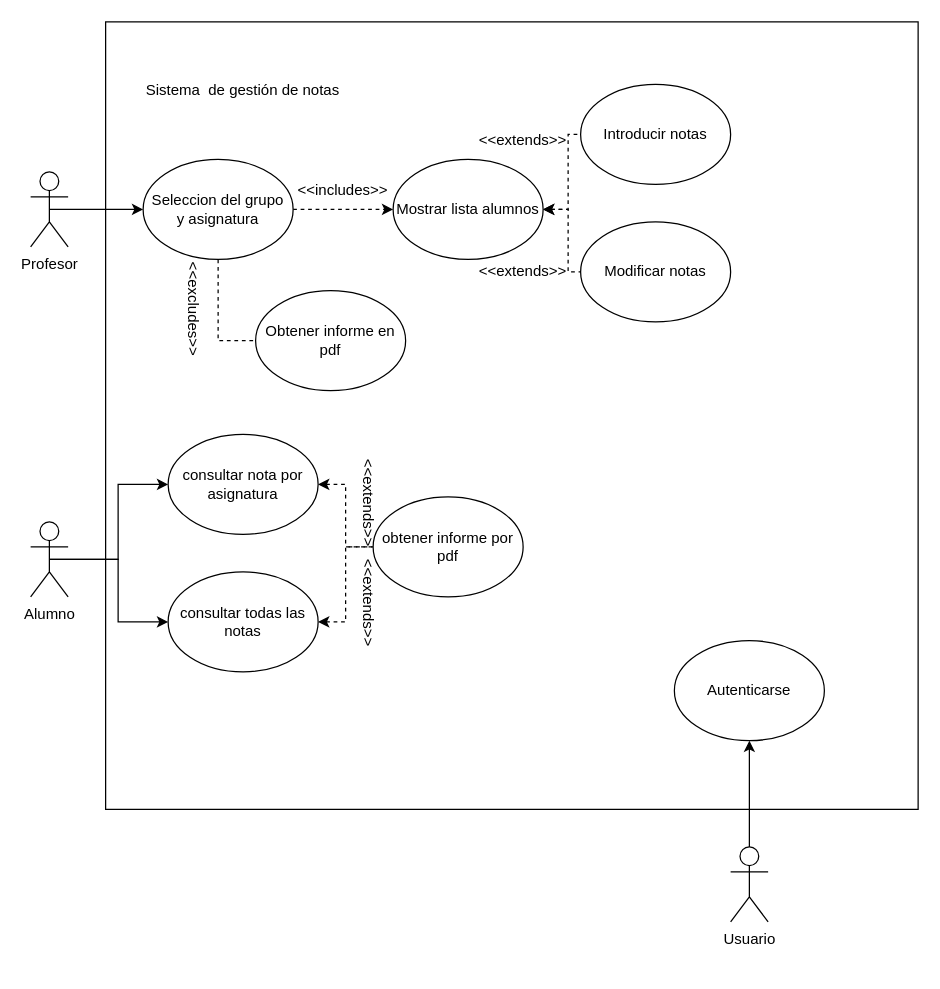
Above: Entornos/8/Ex2.drawio in enderwigim/DAW1 (draw.io), before the change. Source tidied: cells renumbered, new cells numbered last; positions are measured from the earlier drawing's top-left corner, leaving out a move shared by most shapes. Both pictures are drawn from the tidied source at 125%, with x=0, y=0 at pixel (30, 21).
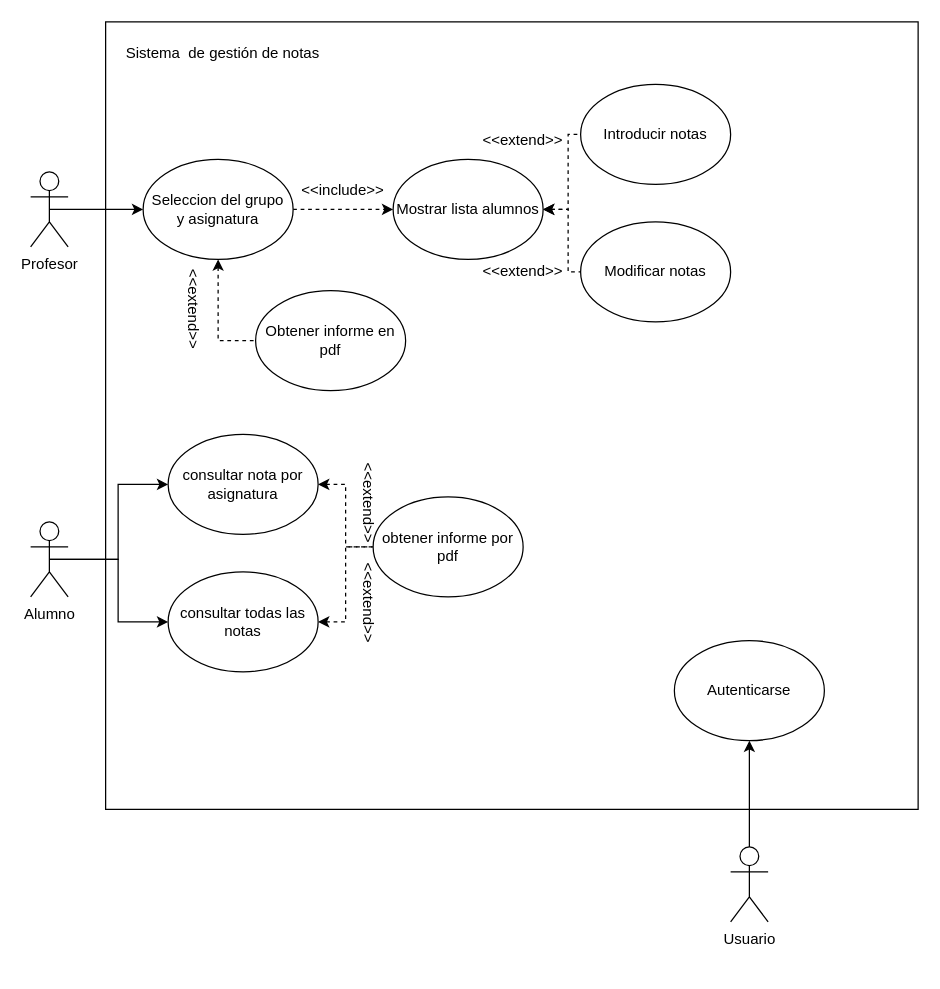
After the change.

Unchanged cells that the change refers to:
```xml
<mxCell id="8" value="Seleccion del grupo&lt;div&gt;y asignatura&lt;/div&gt;" style="ellipse;whiteSpace=wrap;html=1;" parent="1" vertex="1">
  <mxGeometry x="90" y="110" width="120" height="80" as="geometry" />
</mxCell>
<mxCell id="17" value="Obtener informe en pdf" style="ellipse;whiteSpace=wrap;html=1;" parent="1" vertex="1">
  <mxGeometry x="180" y="215" width="120" height="80" as="geometry" />
</mxCell>
```

The edit, as a diff of the source:
```diff
@@
     <mxCell id="3" value="Sistema&amp;nbsp; de gestión de notas" style="text;html=1;align=center;verticalAlign=middle;whiteSpace=wrap;rounded=0;" parent="1" vertex="1">
-      <mxGeometry x="50" y="40" width="240" height="30" as="geometry" />
+      <mxGeometry x="34" y="10" width="240" height="30" as="geometry" />
     </mxCell>
@@
-    <mxCell id="7" style="edgeStyle=orthogonalEdgeStyle;rounded=0;jettySize=auto;html=1;exitX=0.5;exitY=1;exitDx=0;exitDy=0;entryX=0;entryY=0.5;entryDx=0;entryDy=0;dashed=1;endArrow=none;endFill=0;" parent="1" edge="1" source="8" target="17">
+    <mxCell id="7" style="edgeStyle=orthogonalEdgeStyle;rounded=0;jettySize=auto;html=1;exitX=0.5;exitY=1;exitDx=0;exitDy=0;entryX=0;entryY=0.5;entryDx=0;entryDy=0;dashed=1;endArrow=none;endFill=0;startArrow=classic;startFill=1;" parent="1" edge="1" source="8" target="17">
       <mxGeometry relative="1" as="geometry" />
     </mxCell>
@@
-    <mxCell id="12" value="&amp;lt;&amp;lt;includes&amp;gt;&amp;gt;" style="text;html=1;align=center;verticalAlign=middle;whiteSpace=wrap;rounded=0;" parent="1" vertex="1">
+    <mxCell id="12" value="&amp;lt;&amp;lt;include&amp;gt;&amp;gt;" style="text;html=1;align=center;verticalAlign=middle;whiteSpace=wrap;rounded=0;" parent="1" vertex="1">
       <mxGeometry x="220" y="120" width="60" height="30" as="geometry" />
     </mxCell>
@@
-    <mxCell id="15" value="&amp;lt;&amp;lt;extends&amp;gt;&amp;gt;" style="text;html=1;align=center;verticalAlign=middle;whiteSpace=wrap;rounded=0;" parent="1" vertex="1">
+    <mxCell id="15" value="&amp;lt;&amp;lt;extend&amp;gt;&amp;gt;" style="text;html=1;align=center;verticalAlign=middle;whiteSpace=wrap;rounded=0;" parent="1" vertex="1">
       <mxGeometry x="364" y="80" width="60" height="30" as="geometry" />
     </mxCell>
-    <mxCell id="16" value="&amp;lt;&amp;lt;extends&amp;gt;&amp;gt;" style="text;html=1;align=center;verticalAlign=middle;whiteSpace=wrap;rounded=0;" parent="1" vertex="1">
+    <mxCell id="16" value="&amp;lt;&amp;lt;extend&lt;span style=&quot;background-color: initial;&quot;&gt;&amp;gt;&amp;gt;&lt;/span&gt;" style="text;html=1;align=center;verticalAlign=middle;whiteSpace=wrap;rounded=0;" parent="1" vertex="1">
       <mxGeometry x="364" y="185" width="60" height="30" as="geometry" />
     </mxCell>
@@
-    <mxCell id="18" value="&amp;lt;&amp;lt;excludes&amp;gt;&amp;gt;" style="text;html=1;align=center;verticalAlign=middle;whiteSpace=wrap;rounded=0;rotation=90;" parent="1" vertex="1">
+    <mxCell id="18" value="&amp;lt;&amp;lt;extend&amp;gt;&amp;gt;" style="text;html=1;align=center;verticalAlign=middle;whiteSpace=wrap;rounded=0;rotation=90;" parent="1" vertex="1">
       <mxGeometry x="100" y="215" width="60" height="30" as="geometry" />
     </mxCell>
@@
-    <mxCell id="27" value="&amp;lt;&amp;lt;extends&amp;gt;&amp;gt;" style="text;html=1;align=center;verticalAlign=middle;whiteSpace=wrap;rounded=0;rotation=90;" parent="1" vertex="1">
+    <mxCell id="27" value="&amp;lt;&amp;lt;extend&lt;span style=&quot;background-color: initial;&quot;&gt;&amp;gt;&amp;gt;&lt;/span&gt;" style="text;html=1;align=center;verticalAlign=middle;whiteSpace=wrap;rounded=0;rotation=90;" parent="1" vertex="1">
       <mxGeometry x="240" y="370" width="60" height="30" as="geometry" />
     </mxCell>
-    <mxCell id="28" value="&amp;lt;&amp;lt;extends&amp;gt;&amp;gt;" style="text;html=1;align=center;verticalAlign=middle;whiteSpace=wrap;rounded=0;rotation=90;" parent="1" vertex="1">
+    <mxCell id="28" value="&amp;lt;&amp;lt;extend&amp;gt;&amp;gt;" style="text;html=1;align=center;verticalAlign=middle;whiteSpace=wrap;rounded=0;rotation=90;" parent="1" vertex="1">
       <mxGeometry x="240" y="450" width="60" height="30" as="geometry" />
     </mxCell>
```
